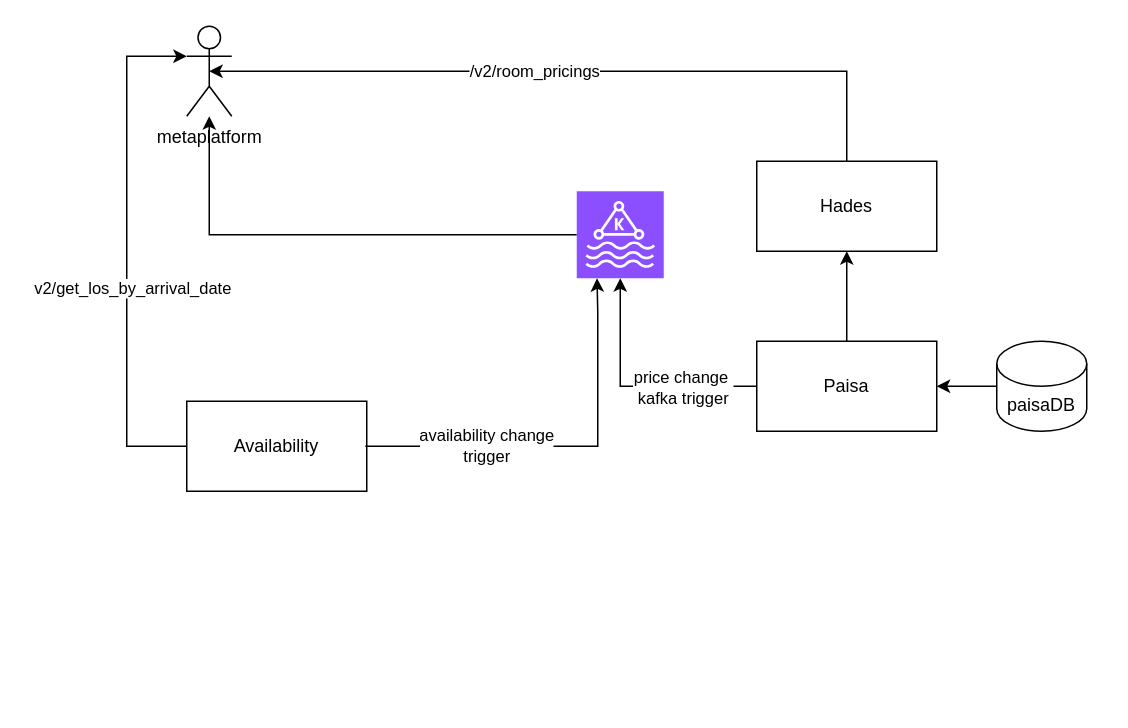
This is gvr.drawio from kapiloyo/kapiloyo, a draw.io file, before an edit. Source tidied: cells renumbered, new cells numbered last; positions are measured from the earlier drawing's top-left corner, leaving out a move shared by most shapes. Both pictures are drawn from the tidied source at 150%, with x=0, y=0 at pixel (126, 26).
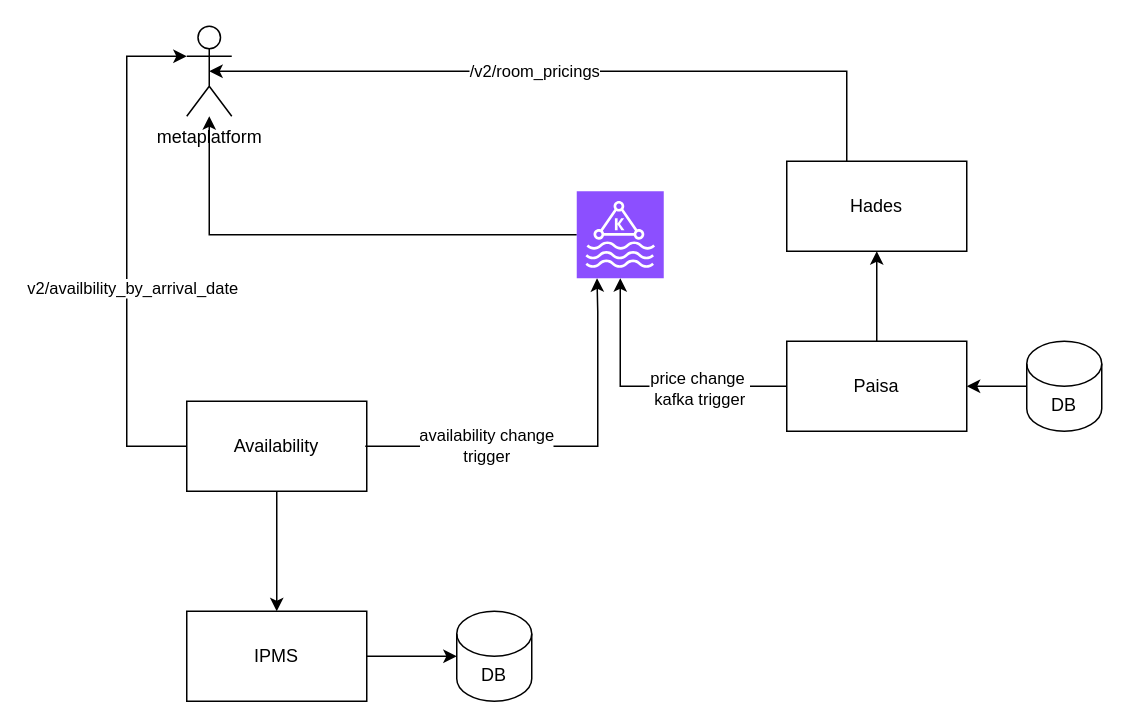
Above is the later version.

Unchanged cells that the change refers to:
```xml
<mxCell id="10" style="edgeStyle=orthogonalEdgeStyle;rounded=0;jettySize=auto;html=1;entryX=0.5;entryY=1;entryDx=0;entryDy=0;entryPerimeter=0;exitX=0;exitY=0.5;exitDx=0;exitDy=0;" parent="1" edge="1" source="6" target="9">
  <mxGeometry relative="1" as="geometry">
    <Array as="points">
      <mxPoint x="329" y="240" />
    </Array>
  </mxGeometry>
</mxCell>
<mxCell id="14" style="edgeStyle=orthogonalEdgeStyle;rounded=0;jettySize=auto;html=1;entryX=0;entryY=0.3333333333333333;entryDx=0;entryDy=0;exitX=0;exitY=0.5;exitDx=0;exitDy=0;entryPerimeter=0;" parent="1" edge="1" source="16" target="2">
  <mxGeometry relative="1" as="geometry">
    <Array as="points">
      <mxPoint y="280" />
      <mxPoint y="20" />
    </Array>
  </mxGeometry>
</mxCell>
<mxCell id="16" value="Availability" style="rounded=0;whiteSpace=wrap;html=1;" parent="1" vertex="1">
  <mxGeometry x="40" y="250" width="120" height="60" as="geometry" />
</mxCell>
```

Diff of the diagram source:
```diff
@@
     <mxCell id="4" value="Hades" style="rounded=0;whiteSpace=wrap;html=1;" parent="1" vertex="1">
-      <mxGeometry x="420" y="90" width="120" height="60" as="geometry" />
+      <mxGeometry x="440" y="90" width="120" height="60" as="geometry" />
     </mxCell>
@@
     <mxCell id="6" value="Paisa" style="rounded=0;whiteSpace=wrap;html=1;" parent="1" vertex="1">
-      <mxGeometry x="420" y="210" width="120" height="60" as="geometry" />
+      <mxGeometry x="440" y="210" width="120" height="60" as="geometry" />
     </mxCell>
-    <mxCell id="7" value="paisaDB" style="shape=cylinder3;whiteSpace=wrap;html=1;boundedLbl=1;backgroundOutline=1;size=15;" parent="1" vertex="1">
-      <mxGeometry x="580" y="210" width="60" height="60" as="geometry" />
+    <mxCell id="7" value="DB" style="shape=cylinder3;whiteSpace=wrap;html=1;boundedLbl=1;backgroundOutline=1;size=15;" parent="1" vertex="1">
+      <mxGeometry x="600" y="210" width="50" height="60" as="geometry" />
     </mxCell>
@@
     <mxCell id="11" value="price change&amp;nbsp;&lt;div&gt;kafka trigger&lt;/div&gt;" style="edgeLabel;html=1;align=center;verticalAlign=middle;" parent="10" vertex="1">
       <mxGeometry x="0.35" relative="1" as="geometry">
-        <mxPoint x="41" y="19" as="offset" />
+        <mxPoint x="52" y="14" as="offset" />
       </mxGeometry>
     </mxCell>
@@
-    <mxCell id="15" value="v2/get_los_by_arrival_date" style="edgeLabel;html=1;align=center;verticalAlign=middle;" parent="14" vertex="1">
+    <mxCell id="15" value="v2/availbility_by_arrival_date" style="edgeLabel;html=1;align=center;verticalAlign=middle;" parent="14" vertex="1">
       <mxGeometry x="0.07" relative="1" as="geometry">
         <mxPoint x="3" y="36" as="offset" />
       </mxGeometry>
     </mxCell>
+    <mxCell id="19" style="edgeStyle=orthogonalEdgeStyle;rounded=0;jettySize=auto;html=1;" parent="1" edge="1" source="16" target="21">
+      <mxGeometry relative="1" as="geometry" />
+    </mxCell>
@@
+    <mxCell id="20" style="edgeStyle=orthogonalEdgeStyle;rounded=0;jettySize=auto;html=1;" parent="1" edge="1" source="21" target="22">
+      <mxGeometry relative="1" as="geometry" />
+    </mxCell>
+    <mxCell id="21" value="IPMS" style="rounded=0;whiteSpace=wrap;html=1;" parent="1" vertex="1">
+      <mxGeometry x="40" y="390" width="120" height="60" as="geometry" />
+    </mxCell>
+    <mxCell id="22" value="DB" style="shape=cylinder3;whiteSpace=wrap;html=1;boundedLbl=1;backgroundOutline=1;size=15;" parent="1" vertex="1">
+      <mxGeometry x="220" y="390" width="50" height="60" as="geometry" />
+    </mxCell>
```
